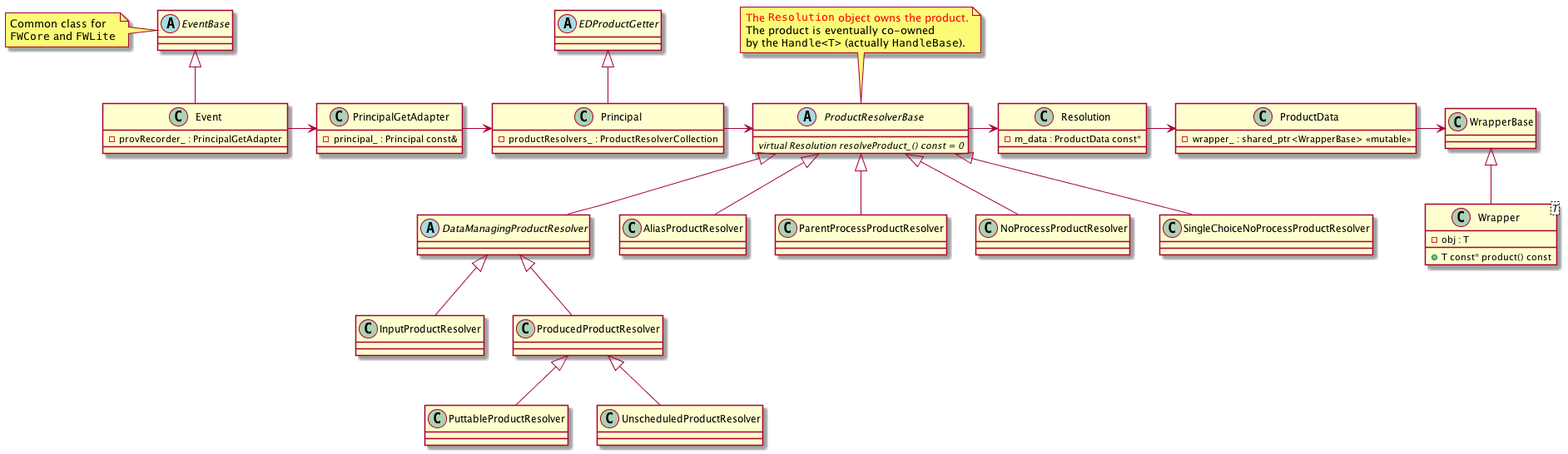
Before: doc/cmssw-event.png, a diagram exported from PlantUML (art-framework-suite/art).
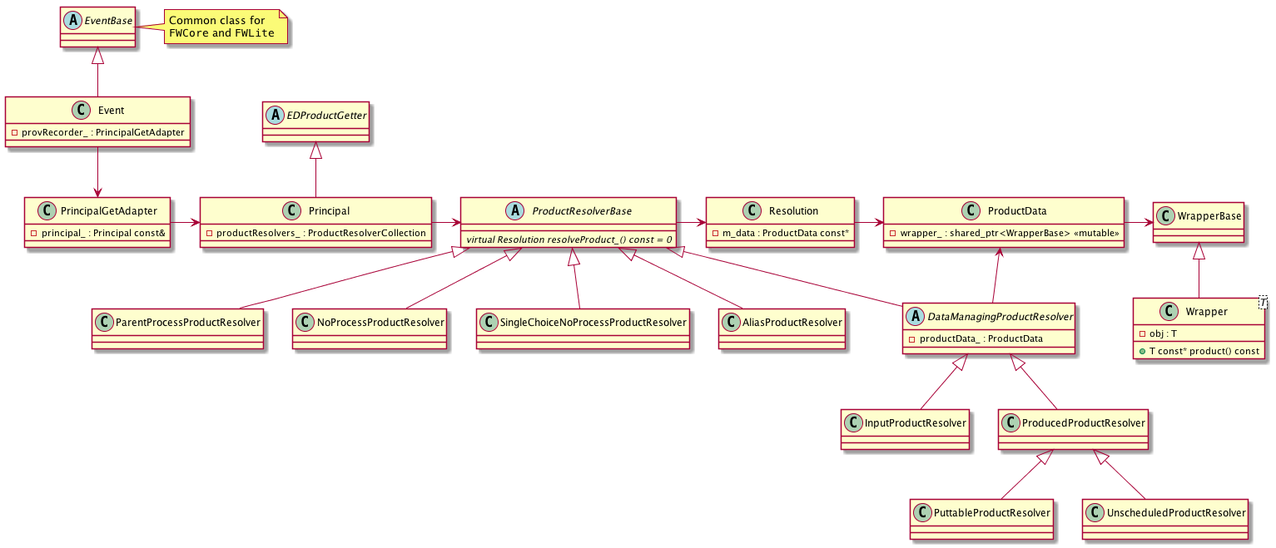
Above is the later version.

Commit message:
Correct UML diagrams.

The edit, as a diff of the source:
```diff
@@ -1,7 +1,7 @@
 @startuml
 abstract class EventBase {
 }
-note left of EventBase
+note right of EventBase
 Common class for
 ""FWCore"" and ""FWLite""
 endnote
@@ -10,7 +10,7 @@
   -provRecorder_ : PrincipalGetAdapter
 }
 EventBase <|-- Event
-Event -> PrincipalGetAdapter
+Event --> PrincipalGetAdapter
 
 class PrincipalGetAdapter {
   -principal_ : Principal const&
@@ -24,17 +24,15 @@
 }
 
 Principal -> ProductResolverBase
-note top of ProductResolverBase
-<color:red>The ""Resolution"" object owns the product.</color>
-The product is eventually co-owned
-by the ""Handle<T>"" (actually ""HandleBase"").
-endnote
 abstract class ProductResolverBase {
   {abstract} virtual Resolution resolveProduct_() const = 0
 }
 ProductResolverBase <|-- DataManagingProductResolver
 ProductResolverBase -> Resolution
-abstract class DataManagingProductResolver
+abstract class DataManagingProductResolver {
+  - productData_ : ProductData
+}
+DataManagingProductResolver --> ProductData
 DataManagingProductResolver <|-- InputProductResolver
 DataManagingProductResolver <|-- ProducedProductResolver
 ProducedProductResolver <|-- PuttableProductResolver
```
